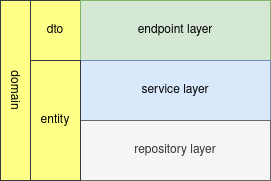
Above: src/main/resources/static/images/microservice-architecture.png in gunnarro/gunnarro-web (draw.io), before the change. Source tidied: cells renumbered, new cells last; positions are measured from the earlier drawing's top-left corner, leaving out a move shared by most shapes.
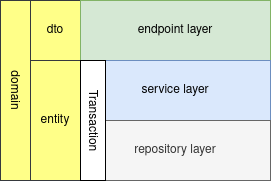
The same diagram one commit later.

Diff of the diagram source:
```diff
@@ -29,5 +29,11 @@
     <mxCell id="10" value="entity" style="text;html=1;strokeColor=none;fillColor=none;align=center;verticalAlign=middle;whiteSpace=wrap;rounded=0;" parent="1" vertex="1">
       <mxGeometry x="40" y="105" width="60" height="30" as="geometry" />
     </mxCell>
+    <mxCell id="11" style="rounded=0;whiteSpace=wrap;html=1;" parent="1" vertex="1">
+      <mxGeometry x="95" y="60" width="25" height="120" as="geometry" />
+    </mxCell>
+    <mxCell id="12" value="Transaction" style="text;html=1;strokeColor=none;fillColor=none;align=center;verticalAlign=middle;whiteSpace=wrap;rounded=0;rotation=90;" parent="1" vertex="1">
+      <mxGeometry x="67.5" y="115" width="80" height="10" as="geometry" />
+    </mxCell>
   </root>
 </mxGraphModel>
```
